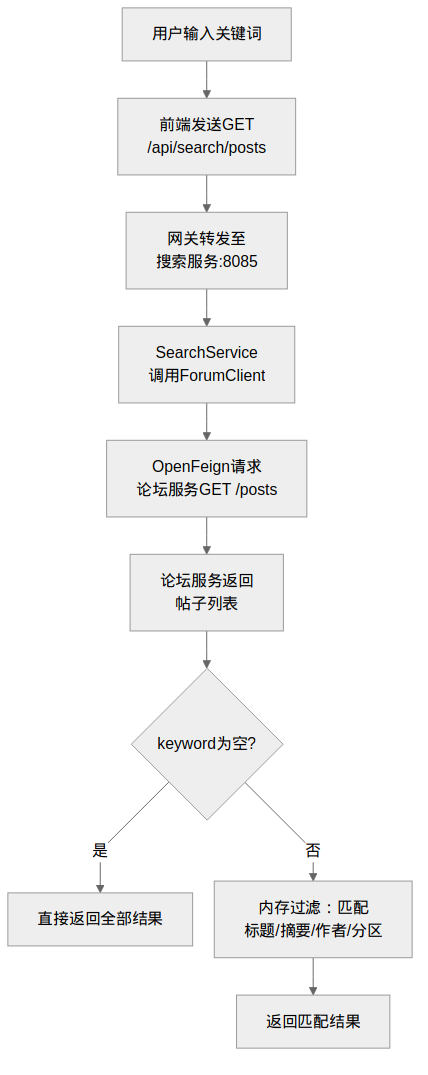
Above: docs/diagrams/fig4-11-search-dataflow.png in Wkjlovec/graduation_project_zhuang (Mermaid), before the change. Its source is kept beside it as docs/diagrams/fig4-11-search-dataflow.mmd.
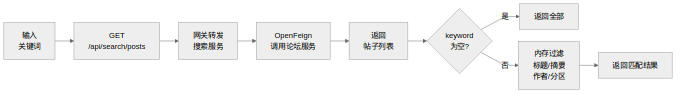
After the change.

What changed in the source:
```diff
@@ -1,11 +1,10 @@
-%%{init: {'theme': 'neutral', 'flowchart': {'curve': 'linear', 'rankSpacing': 38, 'nodeSpacing': 22}}}%%
-graph TD
-    A["用户输入关键词"] --> B["前端发送GET\n/api/search/posts"]
-    B --> C["网关转发至\n搜索服务:8085"]
-    C --> D["SearchService\n调用ForumClient"]
-    D --> E["OpenFeign请求\n论坛服务GET /posts"]
-    E --> F["论坛服务返回\n帖子列表"]
-    F --> G{"keyword为空?"}
-    G -->|是| H["直接返回全部结果"]
-    G -->|否| I["内存过滤：匹配\n标题/摘要/作者/分区"]
-    I --> J["返回匹配结果"]
+%%{init: {'theme': 'neutral', 'flowchart': {'curve': 'linear', 'rankSpacing': 40, 'nodeSpacing': 25}}}%%
+graph LR
+    A["输入\n关键词"] --> B["GET\n/api/search/posts"]
+    B --> C["网关转发\n搜索服务"]
+    C --> D["OpenFeign\n调用论坛服务"]
+    D --> E["返回\n帖子列表"]
+    E --> F{"keyword\n为空?"}
+    F -->|是| G["返回全部"]
+    F -->|否| H["内存过滤\n标题/摘要\n作者/分区"]
+    H --> I["返回匹配结果"]
```
